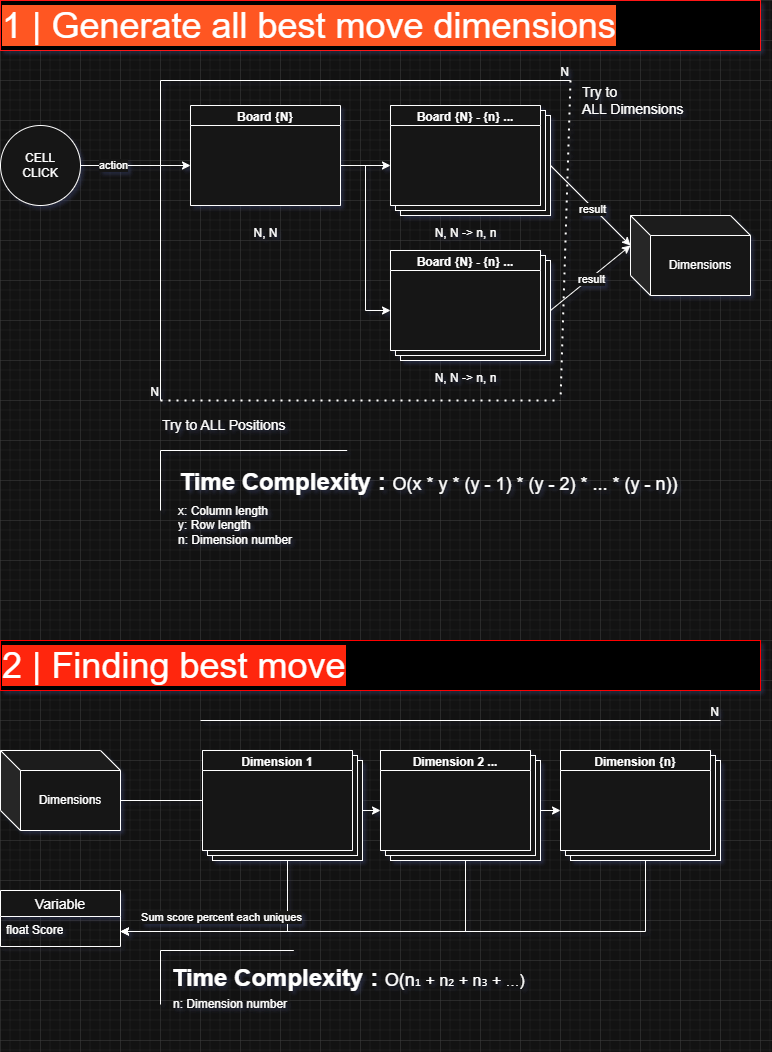
Before: readme/tictactoe_model_multidimension.drawio.png, a diagram exported from draw.io (taxi-tabby/tictactoe-ai-game). Source tidied: cells renumbered, new cells last; positions are measured from the earlier drawing's top-left corner, leaving out a move shared by most shapes.
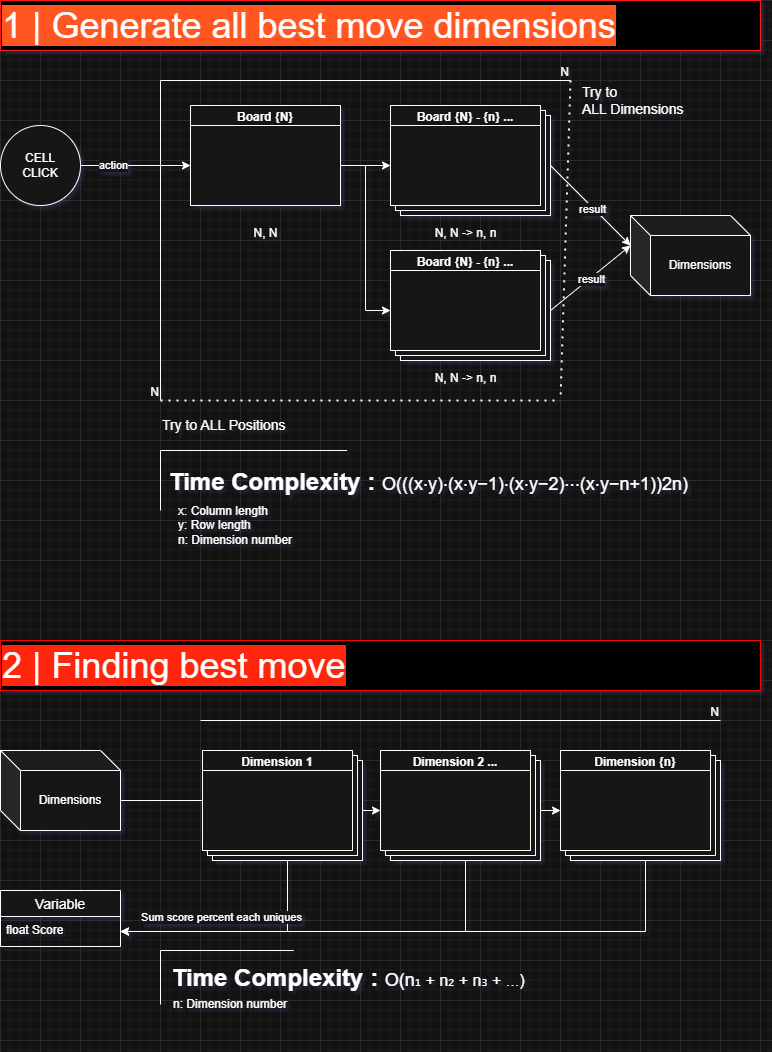
Above is the later version.

Commit message:
Update tictactoe_model_multidimension diagram and optimize layout

Change to the diagram source:
```diff
@@ -158,7 +158,7 @@
     <mxCell id="49" style="group;" parent="1" vertex="1">
       <mxGeometry x="160" y="450" width="560" height="100" as="geometry" />
     </mxCell>
-    <mxCell id="50" value="&lt;h1 style=&quot;margin-top: 0px;&quot;&gt;&lt;font face=&quot;Arial, sans-serif&quot;&gt;Time Complexity :&amp;nbsp;&lt;/font&gt;&lt;span style=&quot;background-color: transparent; color: light-dark(rgb(0, 0, 0), rgb(255, 255, 255)); font-weight: normal;&quot;&gt;&lt;font style=&quot;font-size: 18px;&quot;&gt;O(x * y * (y - 1) * (y - 2) * ... * (y - n))&lt;/font&gt;&lt;/span&gt;&lt;/h1&gt;" style="text;html=1;align=center;verticalAlign=middle;whiteSpace=wrap;rounded=0;" parent="49" vertex="1">
+    <mxCell id="50" value="&lt;h1 style=&quot;margin-top: 0px;&quot;&gt;&lt;font face=&quot;Arial, sans-serif&quot;&gt;Time Complexity :&amp;nbsp;&lt;/font&gt;&lt;font style=&quot;font-size: 18px;&quot;&gt;&lt;span style=&quot;background-color: transparent; color: light-dark(rgb(0, 0, 0), rgb(255, 255, 255)); font-weight: normal;&quot; class=&quot;mord mathnormal&quot;&gt;O&lt;/span&gt;&lt;span style=&quot;background-color: transparent; color: light-dark(rgb(0, 0, 0), rgb(255, 255, 255)); font-weight: normal;&quot; class=&quot;mspace&quot;&gt;&lt;/span&gt;&lt;span style=&quot;background-color: transparent; color: light-dark(rgb(0, 0, 0), rgb(255, 255, 255)); font-weight: normal;&quot; class=&quot;minner&quot;&gt;&lt;span style=&quot;&quot; class=&quot;mopen delimcenter&quot;&gt;&lt;span class=&quot;delimsizing size2&quot;&gt;(&lt;/span&gt;&lt;/span&gt;&lt;span style=&quot;&quot; class=&quot;minner&quot;&gt;&lt;span class=&quot;minner&quot;&gt;&lt;span class=&quot;mopen delimcenter&quot;&gt;(&lt;/span&gt;&lt;span class=&quot;mopen&quot;&gt;(&lt;/span&gt;&lt;span class=&quot;mord mathnormal&quot;&gt;x&lt;/span&gt;&lt;span class=&quot;mspace&quot;&gt;&lt;/span&gt;&lt;span class=&quot;mbin&quot;&gt;⋅&lt;/span&gt;&lt;span class=&quot;mspace&quot;&gt;&lt;/span&gt;&lt;span class=&quot;mord mathnormal&quot;&gt;y&lt;/span&gt;&lt;span class=&quot;mclose&quot;&gt;)&lt;/span&gt;&lt;span class=&quot;mspace&quot;&gt;&lt;/span&gt;&lt;span class=&quot;mbin&quot;&gt;⋅&lt;/span&gt;&lt;span class=&quot;mspace&quot;&gt;&lt;/span&gt;&lt;span class=&quot;mopen&quot;&gt;(&lt;/span&gt;&lt;span class=&quot;mord mathnormal&quot;&gt;x&lt;/span&gt;&lt;span class=&quot;mspace&quot;&gt;&lt;/span&gt;&lt;span class=&quot;mbin&quot;&gt;⋅&lt;/span&gt;&lt;span class=&quot;mspace&quot;&gt;&lt;/span&gt;&lt;span class=&quot;mord mathnormal&quot;&gt;y&lt;/span&gt;&lt;span class=&quot;mspace&quot;&gt;&lt;/span&gt;&lt;span class=&quot;mbin&quot;&gt;−&lt;/span&gt;&lt;span class=&quot;mspace&quot;&gt;&lt;/span&gt;&lt;span class=&quot;mord&quot;&gt;1&lt;/span&gt;&lt;span class=&quot;mclose&quot;&gt;)&lt;/span&gt;&lt;span class=&quot;mspace&quot;&gt;&lt;/span&gt;&lt;span class=&quot;mbin&quot;&gt;⋅&lt;/span&gt;&lt;span class=&quot;mspace&quot;&gt;&lt;/span&gt;&lt;span class=&quot;mopen&quot;&gt;(&lt;/span&gt;&lt;span class=&quot;mord mathnormal&quot;&gt;x&lt;/span&gt;&lt;span class=&quot;mspace&quot;&gt;&lt;/span&gt;&lt;span class=&quot;mbin&quot;&gt;⋅&lt;/span&gt;&lt;span class=&quot;mspace&quot;&gt;&lt;/span&gt;&lt;span class=&quot;mord mathnormal&quot;&gt;y&lt;/span&gt;&lt;span class=&quot;mspace&quot;&gt;&lt;/span&gt;&lt;span class=&quot;mbin&quot;&gt;−&lt;/span&gt;&lt;span class=&quot;mspace&quot;&gt;&lt;/span&gt;&lt;span class=&quot;mord&quot;&gt;2&lt;/span&gt;&lt;span class=&quot;mclose&quot;&gt;)&lt;/span&gt;&lt;span class=&quot;mspace&quot;&gt;&lt;/span&gt;&lt;span class=&quot;minner&quot;&gt;⋯&lt;/span&gt;&lt;span class=&quot;mspace&quot;&gt;&lt;/span&gt;&lt;span class=&quot;mopen&quot;&gt;(&lt;/span&gt;&lt;span class=&quot;mord mathnormal&quot;&gt;x&lt;/span&gt;&lt;span class=&quot;mspace&quot;&gt;&lt;/span&gt;&lt;span class=&quot;mbin&quot;&gt;⋅&lt;/span&gt;&lt;span class=&quot;mspace&quot;&gt;&lt;/span&gt;&lt;span class=&quot;mord mathnormal&quot;&gt;y&lt;/span&gt;&lt;span class=&quot;mspace&quot;&gt;&lt;/span&gt;&lt;span class=&quot;mbin&quot;&gt;−&lt;/span&gt;&lt;span class=&quot;mspace&quot;&gt;&lt;/span&gt;&lt;span class=&quot;mord mathnormal&quot;&gt;n&lt;/span&gt;&lt;span class=&quot;mspace&quot;&gt;&lt;/span&gt;&lt;span class=&quot;mbin&quot;&gt;+&lt;/span&gt;&lt;span class=&quot;mspace&quot;&gt;&lt;/span&gt;&lt;span class=&quot;mord&quot;&gt;1&lt;/span&gt;&lt;span class=&quot;mclose&quot;&gt;)&lt;/span&gt;&lt;span class=&quot;mclose delimcenter&quot;&gt;)&lt;/span&gt;&lt;/span&gt;&lt;span class=&quot;msupsub&quot;&gt;&lt;span class=&quot;vlist-t&quot;&gt;&lt;span class=&quot;vlist-r&quot;&gt;&lt;span class=&quot;vlist&quot;&gt;&lt;span class=&quot;pstrut&quot;&gt;&lt;/span&gt;&lt;span class=&quot;sizing reset-size6 size3 mtight&quot;&gt;&lt;span class=&quot;mord mtight&quot;&gt;&lt;span class=&quot;mord mtight&quot;&gt;&lt;span class=&quot;mord mtight&quot;&gt;2&lt;/span&gt;&lt;span class=&quot;msupsub&quot;&gt;&lt;span class=&quot;vlist-t&quot;&gt;&lt;span class=&quot;vlist-r&quot;&gt;&lt;span class=&quot;vlist&quot;&gt;&lt;span class=&quot;pstrut&quot;&gt;&lt;/span&gt;&lt;span class=&quot;sizing reset-size3 size1 mtight&quot;&gt;&lt;span class=&quot;mord mathnormal mtight&quot;&gt;n&lt;/span&gt;&lt;/span&gt;&lt;/span&gt;&lt;/span&gt;&lt;/span&gt;&lt;/span&gt;&lt;/span&gt;&lt;/span&gt;&lt;/span&gt;&lt;/span&gt;&lt;/span&gt;&lt;/span&gt;&lt;/span&gt;&lt;/span&gt;&lt;span style=&quot;&quot; class=&quot;mclose delimcenter&quot;&gt;&lt;span style=&quot;&quot; class=&quot;delimsizing size2&quot;&gt;)&lt;/span&gt;&lt;/span&gt;&lt;/span&gt;&lt;/font&gt;&lt;/h1&gt;" style="text;html=1;align=center;verticalAlign=middle;whiteSpace=wrap;rounded=0;" parent="49" vertex="1">
       <mxGeometry width="536.7" height="80" as="geometry" />
     </mxCell>
     <mxCell id="51" style="shape=partialRectangle;whiteSpace=wrap;html=1;bottom=0;right=0;fillColor=none;" parent="49" vertex="1">
```
